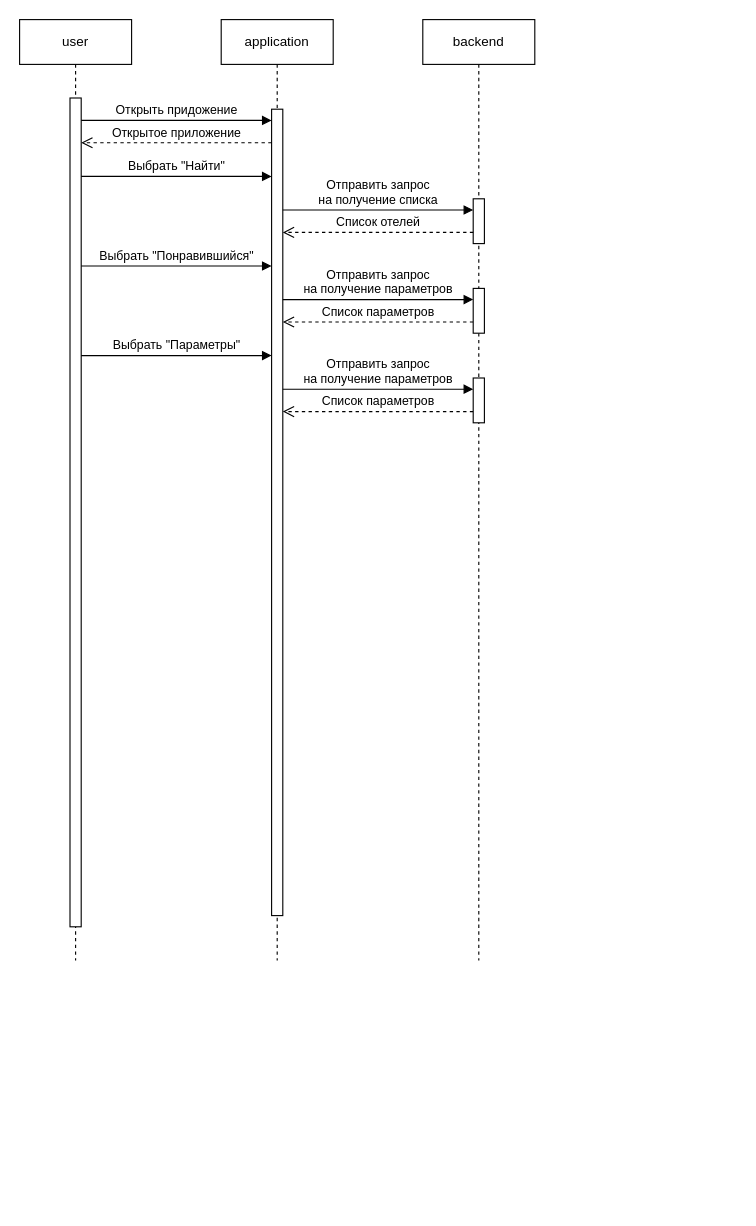
The draw.io diagram Диаграмма без названия.drawio in X-MARIO/SA, before the edit. Source tidied: cells renumbered, new cells numbered last; positions are measured from the earlier drawing's top-left corner, leaving out a move shared by most shapes. Both pictures are drawn from the tidied source at 112%, with x=0, y=0 at pixel (19, 19).
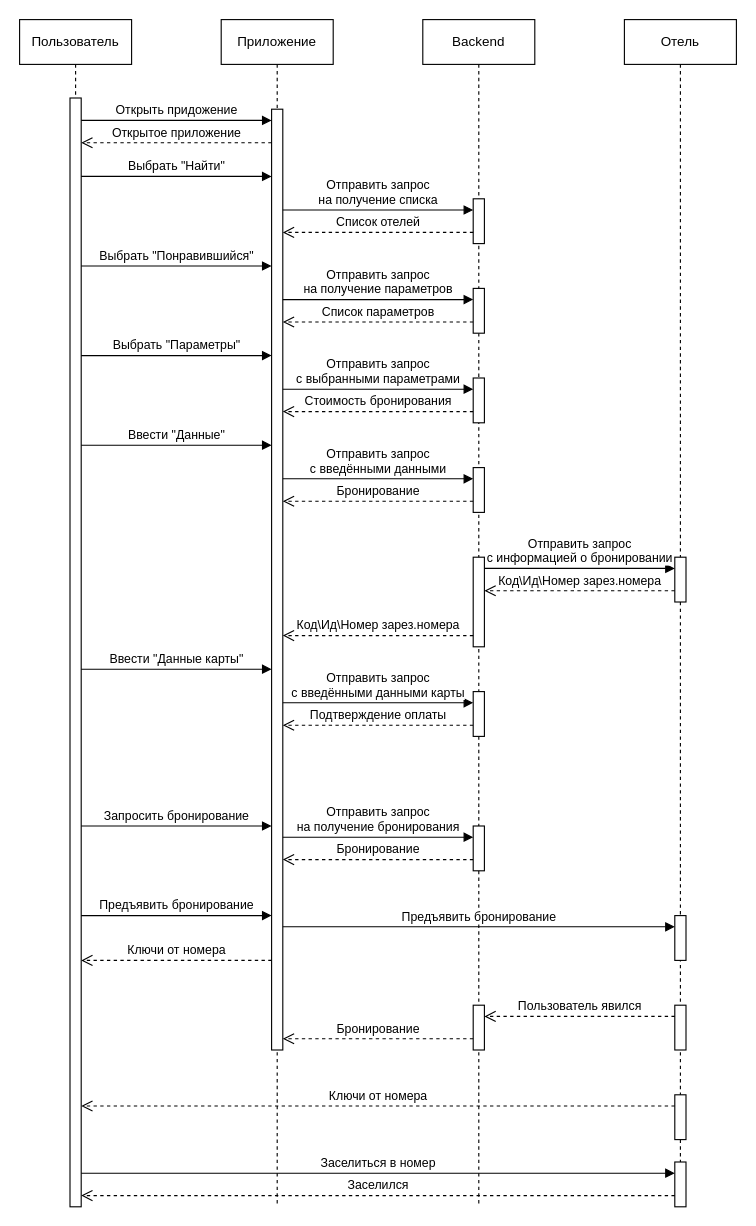
After the change.

The edit, as a diff of the source:
```diff
@@
-    <mxCell id="2" value="user" style="shape=umlLifeline;perimeter=lifelinePerimeter;whiteSpace=wrap;html=1;newEdgeStyle={&quot;edgeStyle&quot;:&quot;elbowEdgeStyle&quot;,&quot;elbow&quot;:&quot;vertical&quot;,&quot;curved&quot;:0,&quot;rounded&quot;:0};" parent="1" vertex="1">
-      <mxGeometry width="100" height="840" as="geometry" />
+    <mxCell id="2" value="Пользователь" style="shape=umlLifeline;perimeter=lifelinePerimeter;whiteSpace=wrap;html=1;newEdgeStyle={&quot;edgeStyle&quot;:&quot;elbowEdgeStyle&quot;,&quot;elbow&quot;:&quot;vertical&quot;,&quot;curved&quot;:0,&quot;rounded&quot;:0};" parent="1" vertex="1">
+      <mxGeometry width="100" height="1060" as="geometry" />
     </mxCell>
     <mxCell id="3" style="html=1;points=[];perimeter=orthogonalPerimeter;outlineConnect=0;targetShapes=umlLifeline;portConstraint=eastwest;newEdgeStyle={&quot;edgeStyle&quot;:&quot;elbowEdgeStyle&quot;,&quot;elbow&quot;:&quot;vertical&quot;,&quot;curved&quot;:0,&quot;rounded&quot;:0};" parent="2" vertex="1">
-      <mxGeometry x="45" y="70" width="10" height="740" as="geometry" />
+      <mxGeometry x="45" y="70" width="10" height="990" as="geometry" />
     </mxCell>
-    <mxCell id="4" value="application" style="shape=umlLifeline;perimeter=lifelinePerimeter;whiteSpace=wrap;html=1;newEdgeStyle={&quot;edgeStyle&quot;:&quot;elbowEdgeStyle&quot;,&quot;elbow&quot;:&quot;vertical&quot;,&quot;curved&quot;:0,&quot;rounded&quot;:0};" parent="1" vertex="1">
-      <mxGeometry x="180" width="100" height="840" as="geometry" />
+    <mxCell id="4" value="Приложение" style="shape=umlLifeline;perimeter=lifelinePerimeter;whiteSpace=wrap;html=1;newEdgeStyle={&quot;edgeStyle&quot;:&quot;elbowEdgeStyle&quot;,&quot;elbow&quot;:&quot;vertical&quot;,&quot;curved&quot;:0,&quot;rounded&quot;:0};" parent="1" vertex="1">
+      <mxGeometry x="180" width="100" height="1060" as="geometry" />
     </mxCell>
     <mxCell id="5" style="html=1;points=[];perimeter=orthogonalPerimeter;outlineConnect=0;targetShapes=umlLifeline;portConstraint=eastwest;newEdgeStyle={&quot;edgeStyle&quot;:&quot;elbowEdgeStyle&quot;,&quot;elbow&quot;:&quot;vertical&quot;,&quot;curved&quot;:0,&quot;rounded&quot;:0};" parent="4" vertex="1">
-      <mxGeometry x="45" y="80" width="10" height="720" as="geometry" />
+      <mxGeometry x="45" y="80" width="10" height="840" as="geometry" />
     </mxCell>
@@
-    <mxCell id="8" value="backend" style="shape=umlLifeline;perimeter=lifelinePerimeter;whiteSpace=wrap;html=1;newEdgeStyle={&quot;edgeStyle&quot;:&quot;elbowEdgeStyle&quot;,&quot;elbow&quot;:&quot;vertical&quot;,&quot;curved&quot;:0,&quot;rounded&quot;:0};" parent="1" vertex="1">
-      <mxGeometry x="360" width="100" height="840" as="geometry" />
+    <mxCell id="8" value="Backend" style="shape=umlLifeline;perimeter=lifelinePerimeter;whiteSpace=wrap;html=1;newEdgeStyle={&quot;edgeStyle&quot;:&quot;elbowEdgeStyle&quot;,&quot;elbow&quot;:&quot;vertical&quot;,&quot;curved&quot;:0,&quot;rounded&quot;:0};" parent="1" vertex="1">
+      <mxGeometry x="360" width="100" height="1060" as="geometry" />
     </mxCell>
@@
-    <mxCell id="10" value="Список параметров" style="html=1;verticalAlign=bottom;endArrow=open;dashed=1;endSize=8;edgeStyle=elbowEdgeStyle;elbow=vertical;curved=0;rounded=0;" parent="8" edge="1">
+    <mxCell id="10" value="Стоимость бронирования" style="html=1;verticalAlign=bottom;endArrow=open;dashed=1;endSize=8;edgeStyle=elbowEdgeStyle;elbow=vertical;curved=0;rounded=0;" parent="8" edge="1">
       <mxGeometry relative="1" as="geometry">
         <mxPoint x="45" y="350" as="sourcePoint" />
         <mxPoint x="-125" y="350" as="targetPoint" />
       </mxGeometry>
     </mxCell>
@@
-    <mxCell id="12" value="Отправить запрос&lt;br&gt;на получение параметров" style="html=1;verticalAlign=bottom;endArrow=block;edgeStyle=elbowEdgeStyle;elbow=vertical;curved=0;rounded=0;" parent="8" edge="1">
+    <mxCell id="12" value="Отправить запрос&lt;br&gt;с выбранными параметрами" style="html=1;verticalAlign=bottom;endArrow=block;edgeStyle=elbowEdgeStyle;elbow=vertical;curved=0;rounded=0;" parent="8" edge="1">
       <mxGeometry relative="1" as="geometry">
         <mxPoint x="-125" y="330" as="sourcePoint" />
         <mxPoint x="45" y="330" as="targetPoint" />
         <Array as="points">
           <mxPoint x="-40" y="330" />
         </Array>
       </mxGeometry>
     </mxCell>
+    <mxCell id="21" style="html=1;points=[];perimeter=orthogonalPerimeter;outlineConnect=0;targetShapes=umlLifeline;portConstraint=eastwest;newEdgeStyle={&quot;edgeStyle&quot;:&quot;elbowEdgeStyle&quot;,&quot;elbow&quot;:&quot;vertical&quot;,&quot;curved&quot;:0,&quot;rounded&quot;:0};" parent="8" vertex="1">
+      <mxGeometry x="45" y="480" width="10" height="80" as="geometry" />
+    </mxCell>
+    <mxCell id="22" value="Отправить запрос&lt;br&gt;с введёнными данными карты" style="html=1;verticalAlign=bottom;endArrow=block;edgeStyle=elbowEdgeStyle;elbow=vertical;curved=0;rounded=0;" parent="8" edge="1">
+      <mxGeometry relative="1" as="geometry">
+        <mxPoint x="-125" y="610" as="sourcePoint" />
+        <mxPoint x="45" y="610" as="targetPoint" />
+        <Array as="points">
+          <mxPoint x="-40" y="610" />
+        </Array>
+      </mxGeometry>
+    </mxCell>
+    <mxCell id="23" value="Подтверждение оплаты" style="html=1;verticalAlign=bottom;endArrow=open;dashed=1;endSize=8;edgeStyle=elbowEdgeStyle;elbow=vertical;curved=0;rounded=0;" parent="8" edge="1">
+      <mxGeometry relative="1" as="geometry">
+        <mxPoint x="45" y="630" as="sourcePoint" />
+        <mxPoint x="-125" y="630" as="targetPoint" />
+      </mxGeometry>
+    </mxCell>
+    <mxCell id="24" style="html=1;perimeter=orthogonalPerimeter;targetShapes=umlLifeline;newEdgeStyle={&quot;edgeStyle&quot;:&quot;elbowEdgeStyle&quot;,&quot;elbow&quot;:&quot;vertical&quot;,&quot;curved&quot;:0,&quot;rounded&quot;:0};" parent="8" vertex="1">
+      <mxGeometry x="45" y="600" width="10" height="40" as="geometry" />
+    </mxCell>
+    <mxCell id="25" style="html=1;perimeter=orthogonalPerimeter;targetShapes=umlLifeline;newEdgeStyle={&quot;edgeStyle&quot;:&quot;elbowEdgeStyle&quot;,&quot;elbow&quot;:&quot;vertical&quot;,&quot;curved&quot;:0,&quot;rounded&quot;:0};" parent="8" vertex="1">
+      <mxGeometry x="45" y="880" width="10" height="40" as="geometry" />
+    </mxCell>
@@
+    <mxCell id="26" value="Бронирование" style="html=1;verticalAlign=bottom;endArrow=open;dashed=1;endSize=8;edgeStyle=elbowEdgeStyle;elbow=vertical;curved=0;rounded=0;" parent="1" edge="1">
+      <mxGeometry relative="1" as="geometry">
+        <mxPoint x="405" y="430" as="sourcePoint" />
+        <mxPoint x="235" y="430" as="targetPoint" />
+      </mxGeometry>
+    </mxCell>
+    <mxCell id="27" style="html=1;perimeter=orthogonalPerimeter;targetShapes=umlLifeline;newEdgeStyle={&quot;edgeStyle&quot;:&quot;elbowEdgeStyle&quot;,&quot;elbow&quot;:&quot;vertical&quot;,&quot;curved&quot;:0,&quot;rounded&quot;:0};" parent="1" vertex="1">
+      <mxGeometry x="405" y="400" width="10" height="40" as="geometry" />
+    </mxCell>
+    <mxCell id="28" value="Отправить запрос&lt;br&gt;с введёнными данными" style="html=1;verticalAlign=bottom;endArrow=block;edgeStyle=elbowEdgeStyle;elbow=vertical;curved=0;rounded=0;" parent="1" edge="1">
+      <mxGeometry relative="1" as="geometry">
+        <mxPoint x="235" y="410" as="sourcePoint" />
+        <mxPoint x="405" y="410" as="targetPoint" />
+        <Array as="points">
+          <mxPoint x="320" y="410" />
+        </Array>
+      </mxGeometry>
+    </mxCell>
+    <mxCell id="29" value="Ввести &quot;Данные&quot;" style="html=1;verticalAlign=bottom;endArrow=block;edgeStyle=elbowEdgeStyle;elbow=vertical;curved=0;rounded=0;" parent="1" edge="1" source="3" target="5">
+      <mxGeometry relative="1" as="geometry">
+        <Array as="points">
+          <mxPoint x="155" y="380" />
+        </Array>
+      </mxGeometry>
+    </mxCell>
+    <mxCell id="30" value="Отель" style="shape=umlLifeline;perimeter=lifelinePerimeter;whiteSpace=wrap;html=1;newEdgeStyle={&quot;edgeStyle&quot;:&quot;elbowEdgeStyle&quot;,&quot;elbow&quot;:&quot;vertical&quot;,&quot;curved&quot;:0,&quot;rounded&quot;:0};" parent="1" vertex="1">
+      <mxGeometry x="540" width="100" height="1060" as="geometry" />
+    </mxCell>
+    <mxCell id="31" style="html=1;points=[];perimeter=orthogonalPerimeter;outlineConnect=0;targetShapes=umlLifeline;portConstraint=eastwest;newEdgeStyle={&quot;edgeStyle&quot;:&quot;elbowEdgeStyle&quot;,&quot;elbow&quot;:&quot;vertical&quot;,&quot;curved&quot;:0,&quot;rounded&quot;:0};" parent="30" vertex="1">
+      <mxGeometry x="45" y="480" width="10" height="40" as="geometry" />
+    </mxCell>
+    <mxCell id="32" value="Предъявить бронирование" style="html=1;verticalAlign=bottom;endArrow=block;edgeStyle=elbowEdgeStyle;elbow=vertical;curved=0;rounded=0;" parent="30" edge="1" source="5">
+      <mxGeometry relative="1" as="geometry">
+        <mxPoint x="45" y="810" as="targetPoint" />
+        <Array as="points">
+          <mxPoint x="-40" y="810" />
+        </Array>
+      </mxGeometry>
+    </mxCell>
+    <mxCell id="33" style="html=1;perimeter=orthogonalPerimeter;targetShapes=umlLifeline;newEdgeStyle={&quot;edgeStyle&quot;:&quot;elbowEdgeStyle&quot;,&quot;elbow&quot;:&quot;vertical&quot;,&quot;curved&quot;:0,&quot;rounded&quot;:0};" parent="30" vertex="1">
+      <mxGeometry x="45" y="800" width="10" height="40" as="geometry" />
+    </mxCell>
+    <mxCell id="34" style="html=1;perimeter=orthogonalPerimeter;targetShapes=umlLifeline;newEdgeStyle={&quot;edgeStyle&quot;:&quot;elbowEdgeStyle&quot;,&quot;elbow&quot;:&quot;vertical&quot;,&quot;curved&quot;:0,&quot;rounded&quot;:0};" parent="30" vertex="1">
+      <mxGeometry x="45" y="880" width="10" height="40" as="geometry" />
+    </mxCell>
+    <mxCell id="35" style="html=1;perimeter=orthogonalPerimeter;targetShapes=umlLifeline;newEdgeStyle={&quot;edgeStyle&quot;:&quot;elbowEdgeStyle&quot;,&quot;elbow&quot;:&quot;vertical&quot;,&quot;curved&quot;:0,&quot;rounded&quot;:0};" parent="30" vertex="1">
+      <mxGeometry x="45" y="960" width="10" height="40" as="geometry" />
+    </mxCell>
+    <mxCell id="36" value="Ключи от номера" style="html=1;verticalAlign=bottom;endArrow=open;dashed=1;endSize=8;edgeStyle=elbowEdgeStyle;elbow=vertical;curved=0;rounded=0;" parent="30" edge="1" target="3">
+      <mxGeometry relative="1" as="geometry">
+        <mxPoint x="45" y="970" as="sourcePoint" />
+      </mxGeometry>
+    </mxCell>
+    <mxCell id="37" style="html=1;points=[];perimeter=orthogonalPerimeter;outlineConnect=0;targetShapes=umlLifeline;portConstraint=eastwest;newEdgeStyle={&quot;edgeStyle&quot;:&quot;elbowEdgeStyle&quot;,&quot;elbow&quot;:&quot;vertical&quot;,&quot;curved&quot;:0,&quot;rounded&quot;:0};" parent="30" vertex="1">
+      <mxGeometry x="45" y="1020" width="10" height="40" as="geometry" />
+    </mxCell>
+    <mxCell id="38" value="Код\Ид\Номер зарез.номера" style="html=1;verticalAlign=bottom;endArrow=open;dashed=1;endSize=8;edgeStyle=elbowEdgeStyle;elbow=vertical;curved=0;rounded=0;" parent="1" edge="1">
+      <mxGeometry relative="1" as="geometry">
+        <mxPoint x="585" y="510" as="sourcePoint" />
+        <mxPoint x="415" y="510" as="targetPoint" />
+      </mxGeometry>
+    </mxCell>
+    <mxCell id="39" value="Код\Ид\Номер зарез.номера" style="html=1;verticalAlign=bottom;endArrow=open;dashed=1;endSize=8;edgeStyle=elbowEdgeStyle;elbow=vertical;curved=0;rounded=0;" parent="1" edge="1">
+      <mxGeometry relative="1" as="geometry">
+        <mxPoint x="405" y="550" as="sourcePoint" />
+        <mxPoint x="235" y="550" as="targetPoint" />
+      </mxGeometry>
+    </mxCell>
+    <mxCell id="40" value="Ввести &quot;Данные карты&quot;" style="html=1;verticalAlign=bottom;endArrow=block;edgeStyle=elbowEdgeStyle;elbow=vertical;curved=0;rounded=0;" parent="1" edge="1" source="3" target="5">
+      <mxGeometry relative="1" as="geometry">
+        <Array as="points">
+          <mxPoint x="160" y="580" />
+        </Array>
+      </mxGeometry>
+    </mxCell>
+    <mxCell id="41" value="Отправить запрос&lt;br&gt;с информацией о бронировании" style="html=1;verticalAlign=bottom;endArrow=block;edgeStyle=elbowEdgeStyle;elbow=vertical;curved=0;rounded=0;" parent="1" edge="1" source="21" target="31">
+      <mxGeometry relative="1" as="geometry">
+        <Array as="points">
+          <mxPoint x="495" y="490" />
+        </Array>
+      </mxGeometry>
+    </mxCell>
+    <mxCell id="42" value="Запросить бронирование" style="html=1;verticalAlign=bottom;endArrow=block;edgeStyle=elbowEdgeStyle;elbow=vertical;curved=0;rounded=0;" parent="1" edge="1" source="3" target="5">
+      <mxGeometry relative="1" as="geometry">
+        <Array as="points">
+          <mxPoint x="165" y="720" />
+        </Array>
+      </mxGeometry>
+    </mxCell>
+    <mxCell id="43" value="Отправить запрос&lt;br&gt;на получение бронирования" style="html=1;verticalAlign=bottom;endArrow=block;edgeStyle=elbowEdgeStyle;elbow=vertical;curved=0;rounded=0;" parent="1" edge="1">
+      <mxGeometry relative="1" as="geometry">
+        <mxPoint x="235" y="730" as="sourcePoint" />
+        <mxPoint x="405" y="730" as="targetPoint" />
+        <Array as="points">
+          <mxPoint x="320" y="730" />
+        </Array>
+      </mxGeometry>
+    </mxCell>
+    <mxCell id="44" value="Бронирование" style="html=1;verticalAlign=bottom;endArrow=open;dashed=1;endSize=8;edgeStyle=elbowEdgeStyle;elbow=vertical;curved=0;rounded=0;" parent="1" edge="1">
+      <mxGeometry relative="1" as="geometry">
+        <mxPoint x="405" y="750" as="sourcePoint" />
+        <mxPoint x="235" y="750" as="targetPoint" />
+      </mxGeometry>
+    </mxCell>
+    <mxCell id="45" style="html=1;perimeter=orthogonalPerimeter;targetShapes=umlLifeline;newEdgeStyle={&quot;edgeStyle&quot;:&quot;elbowEdgeStyle&quot;,&quot;elbow&quot;:&quot;vertical&quot;,&quot;curved&quot;:0,&quot;rounded&quot;:0};" parent="1" vertex="1">
+      <mxGeometry x="405" y="720" width="10" height="40" as="geometry" />
+    </mxCell>
+    <mxCell id="46" value="Предъявить бронирование" style="html=1;verticalAlign=bottom;endArrow=block;edgeStyle=elbowEdgeStyle;elbow=vertical;curved=0;rounded=0;" parent="1" edge="1">
+      <mxGeometry relative="1" as="geometry">
+        <mxPoint x="55" y="800" as="sourcePoint" />
+        <mxPoint x="225" y="800" as="targetPoint" />
+        <Array as="points">
+          <mxPoint x="170" y="800" />
+        </Array>
+      </mxGeometry>
+    </mxCell>
+    <mxCell id="47" value="Ключи от номера" style="html=1;verticalAlign=bottom;endArrow=open;dashed=1;endSize=8;edgeStyle=elbowEdgeStyle;elbow=vertical;curved=0;rounded=0;" parent="1" edge="1" source="5" target="3">
+      <mxGeometry relative="1" as="geometry">
+        <Array as="points">
+          <mxPoint x="210" y="840" />
+        </Array>
+      </mxGeometry>
+    </mxCell>
+    <mxCell id="48" value="Пользователь явился" style="html=1;verticalAlign=bottom;endArrow=open;dashed=1;endSize=8;edgeStyle=elbowEdgeStyle;elbow=vertical;curved=0;rounded=0;" parent="1" edge="1">
+      <mxGeometry relative="1" as="geometry">
+        <mxPoint x="585" y="890" as="sourcePoint" />
+        <mxPoint x="415" y="890" as="targetPoint" />
+      </mxGeometry>
+    </mxCell>
+    <mxCell id="49" value="Бронирование" style="html=1;verticalAlign=bottom;endArrow=open;dashed=1;endSize=8;edgeStyle=elbowEdgeStyle;elbow=vertical;curved=0;rounded=0;" parent="1" edge="1">
+      <mxGeometry relative="1" as="geometry">
+        <mxPoint x="405" y="910" as="sourcePoint" />
+        <mxPoint x="235" y="910" as="targetPoint" />
+      </mxGeometry>
+    </mxCell>
+    <mxCell id="50" value="Заселиться в номер" style="html=1;verticalAlign=bottom;endArrow=block;edgeStyle=elbowEdgeStyle;elbow=vertical;curved=0;rounded=0;" parent="1" edge="1" source="3" target="37">
+      <mxGeometry relative="1" as="geometry">
+        <Array as="points">
+          <mxPoint x="315.2" y="1030" />
+        </Array>
+      </mxGeometry>
+    </mxCell>
+    <mxCell id="51" value="Заселился" style="html=1;verticalAlign=bottom;endArrow=open;dashed=1;endSize=8;edgeStyle=elbowEdgeStyle;elbow=vertical;curved=0;rounded=0;" parent="1" edge="1">
+      <mxGeometry relative="1" as="geometry">
+        <mxPoint x="585" y="1050" as="sourcePoint" />
+        <mxPoint x="55" y="1050" as="targetPoint" />
+      </mxGeometry>
+    </mxCell>
```
